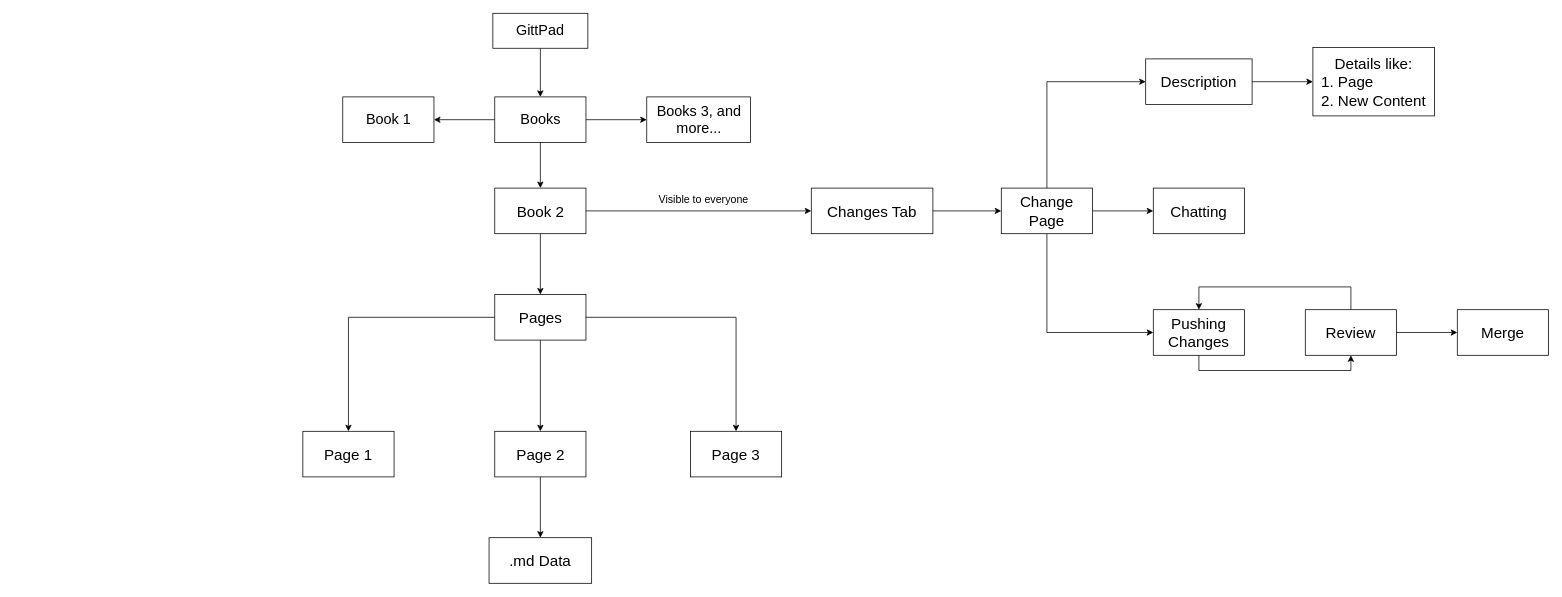
Before: public/Gittpad.drawio in gittpad/gittpad.github.io, a draw.io diagram. Source tidied: cells renumbered, new cells numbered last; positions are measured from the earlier drawing's top-left corner, leaving out a move shared by most shapes. Both pictures are drawn from the tidied source at 76%, with x=0, y=0 at pixel (302, 13).
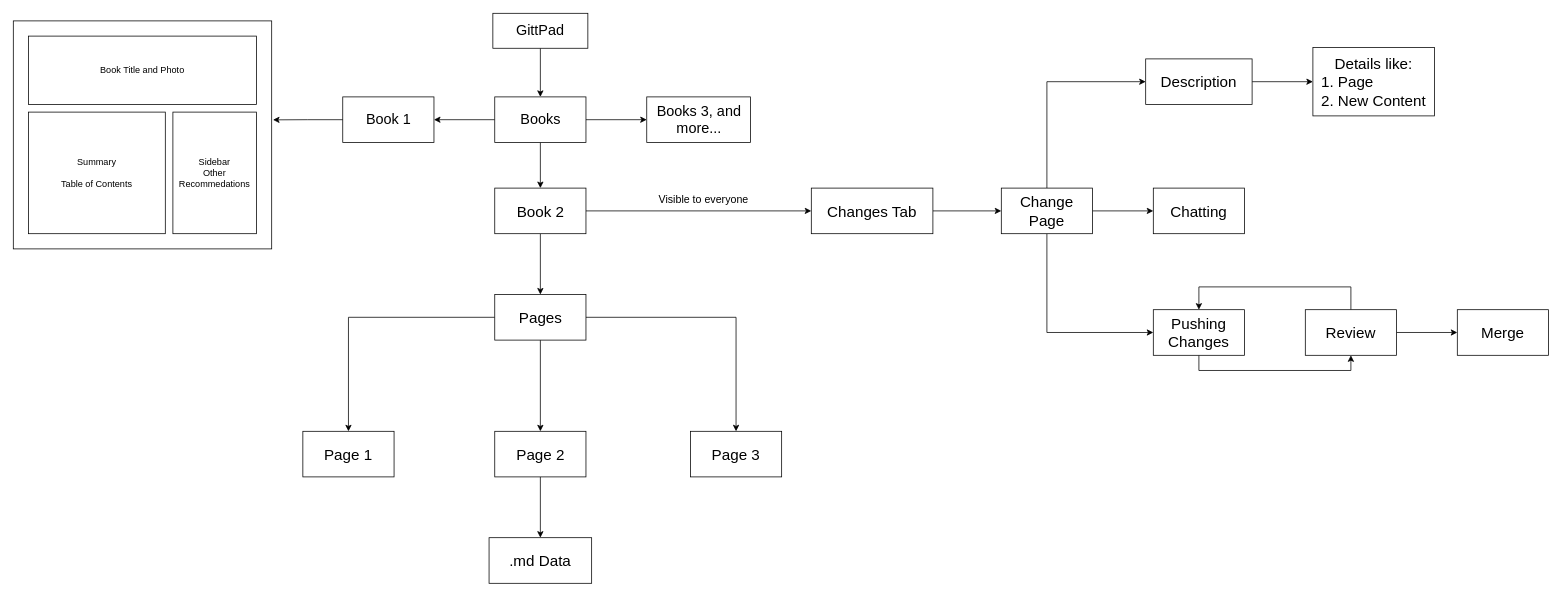
The same page after the edit.

Commit message (it also covers changes not shown here):
basic book page added

The change refers to these unchanged cells:
```xml
<mxCell id="19" value="&lt;font style=&quot;font-size: 19px;&quot;&gt;Book 1&lt;/font&gt;" style="whiteSpace=wrap;html=1;rounded=0;" parent="1" vertex="1">
  <mxGeometry x="52.5" y="110" width="120" height="60" as="geometry" />
</mxCell>
```

The edit, as a diff of the source:
```diff
@@
+    <mxCell id="39" style="rounded=0;whiteSpace=wrap;html=1;" parent="1" vertex="1">
+      <mxGeometry x="-381" y="10" width="340" height="300" as="geometry" />
+    </mxCell>
+    <mxCell id="40" value="Book Title and Photo" style="rounded=0;whiteSpace=wrap;html=1;" parent="1" vertex="1">
+      <mxGeometry x="-361" y="30" width="300" height="90" as="geometry" />
+    </mxCell>
+    <mxCell id="41" value="Summary&lt;br&gt;&lt;br&gt;Table of Contents" style="rounded=0;whiteSpace=wrap;html=1;" parent="1" vertex="1">
+      <mxGeometry x="-361" y="130" width="180" height="160" as="geometry" />
+    </mxCell>
+    <mxCell id="42" value="Sidebar&lt;br&gt;Other Recommedations" style="rounded=0;whiteSpace=wrap;html=1;" parent="1" vertex="1">
+      <mxGeometry x="-171" y="130" width="110" height="160" as="geometry" />
+    </mxCell>
+    <mxCell id="43" style="edgeStyle=orthogonalEdgeStyle;rounded=0;orthogonalLoop=1;jettySize=auto;html=1;exitX=0.5;exitY=1;exitDx=0;exitDy=0;" parent="1" edge="1" source="39" target="39">
+      <mxGeometry relative="1" as="geometry" />
+    </mxCell>
+    <mxCell id="44" style="edgeStyle=orthogonalEdgeStyle;rounded=0;jettySize=auto;html=1;entryX=1.005;entryY=0.434;entryDx=0;entryDy=0;entryPerimeter=0;" parent="1" edge="1" source="19" target="39">
+      <mxGeometry relative="1" as="geometry" />
+    </mxCell>
```
